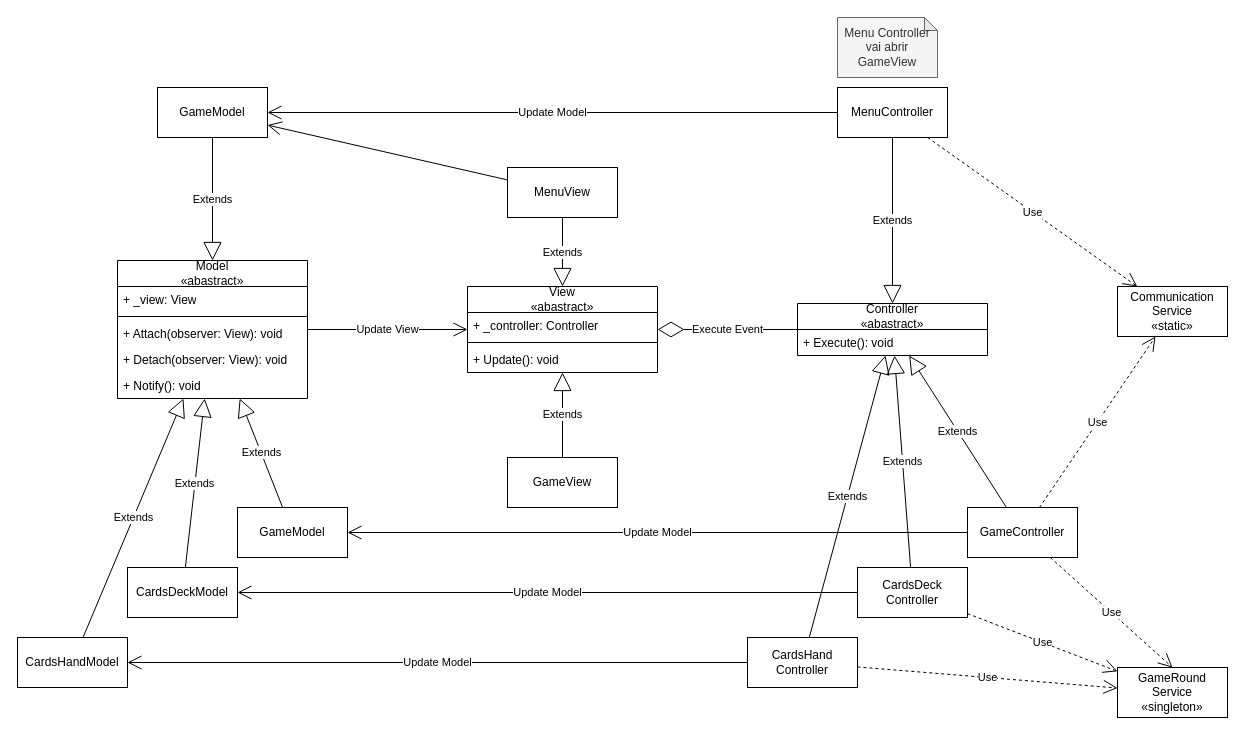
This is page "Code" (4 of 5) of Doc/TheTruco.drawio from lucasrarruda/INF1900_ProjetoFinal, a draw.io file, before an edit. Source tidied: cells renumbered, new cells numbered last; positions are measured from the earlier drawing's top-left corner, leaving out a move shared by most shapes. Both pictures are drawn from the tidied source at 100%, with x=0, y=0 at pixel (17, 17).
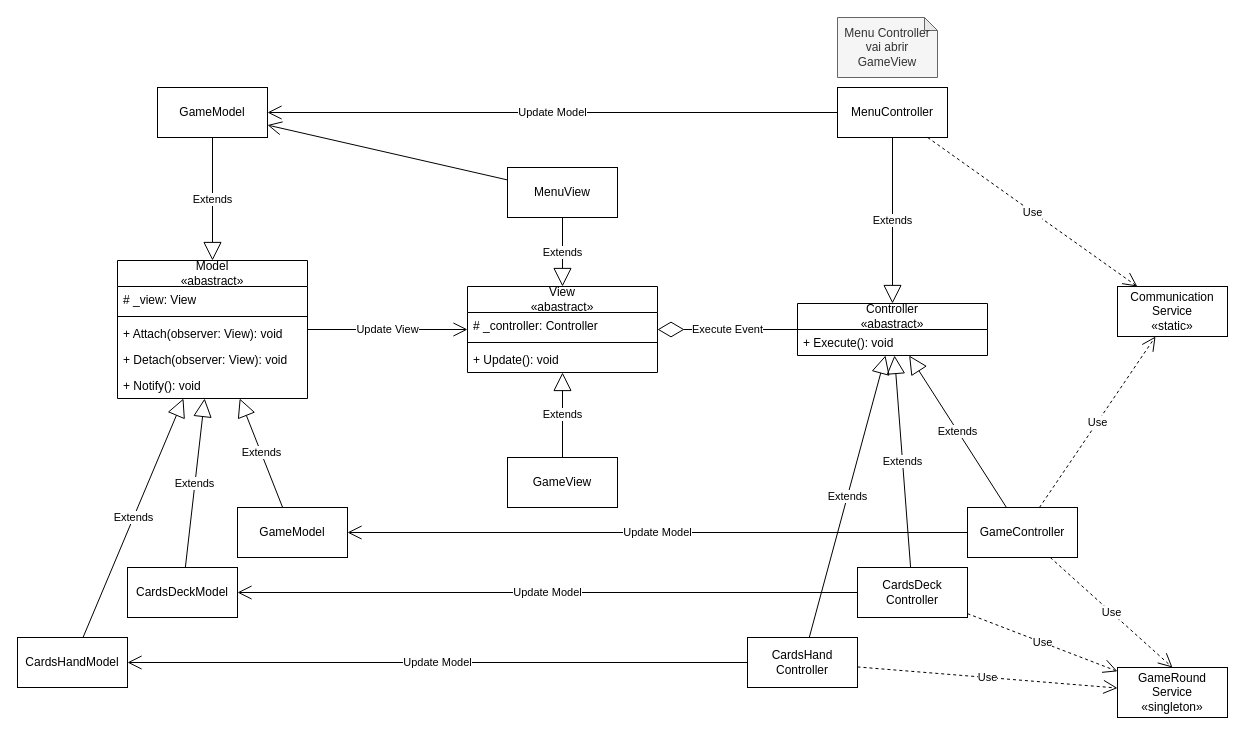
The same diagram, later.

Unchanged cells that the change refers to:
```xml
<mxCell id="2" value="Model&lt;br&gt;«abastract»" style="swimlane;fontStyle=0;horizontal=1;startSize=26;fillColor=none;whiteSpace=wrap;html=1;" parent="1" vertex="1">
  <mxGeometry x="100" y="243" width="190" height="138" as="geometry" />
</mxCell>
<mxCell id="8" value="View&lt;br&gt;«abastract»" style="swimlane;fontStyle=0;horizontal=1;startSize=26;fillColor=none;whiteSpace=wrap;html=1;" parent="1" vertex="1">
  <mxGeometry x="450" y="269" width="190" height="86" as="geometry" />
</mxCell>
```

The edit, as a diff of the source:
```diff
@@
-    <mxCell id="3" value="+ _view: View" style="text;strokeColor=none;fillColor=none;align=left;verticalAlign=top;spacingLeft=4;spacingRight=4;overflow=hidden;whiteSpace=wrap;html=1;" parent="2" vertex="1">
+    <mxCell id="3" value="# _view: View" style="text;strokeColor=none;fillColor=none;align=left;verticalAlign=top;spacingLeft=4;spacingRight=4;overflow=hidden;whiteSpace=wrap;html=1;" parent="2" vertex="1">
       <mxGeometry y="26" width="190" height="26" as="geometry" />
     </mxCell>
@@
-    <mxCell id="9" value="+ _controller: Controller" style="text;strokeColor=none;fillColor=none;align=left;verticalAlign=top;spacingLeft=4;spacingRight=4;overflow=hidden;whiteSpace=wrap;html=1;" parent="8" vertex="1">
+    <mxCell id="9" value="# _controller: Controller" style="text;strokeColor=none;fillColor=none;align=left;verticalAlign=top;spacingLeft=4;spacingRight=4;overflow=hidden;whiteSpace=wrap;html=1;" parent="8" vertex="1">
       <mxGeometry y="26" width="190" height="26" as="geometry" />
     </mxCell>
```
